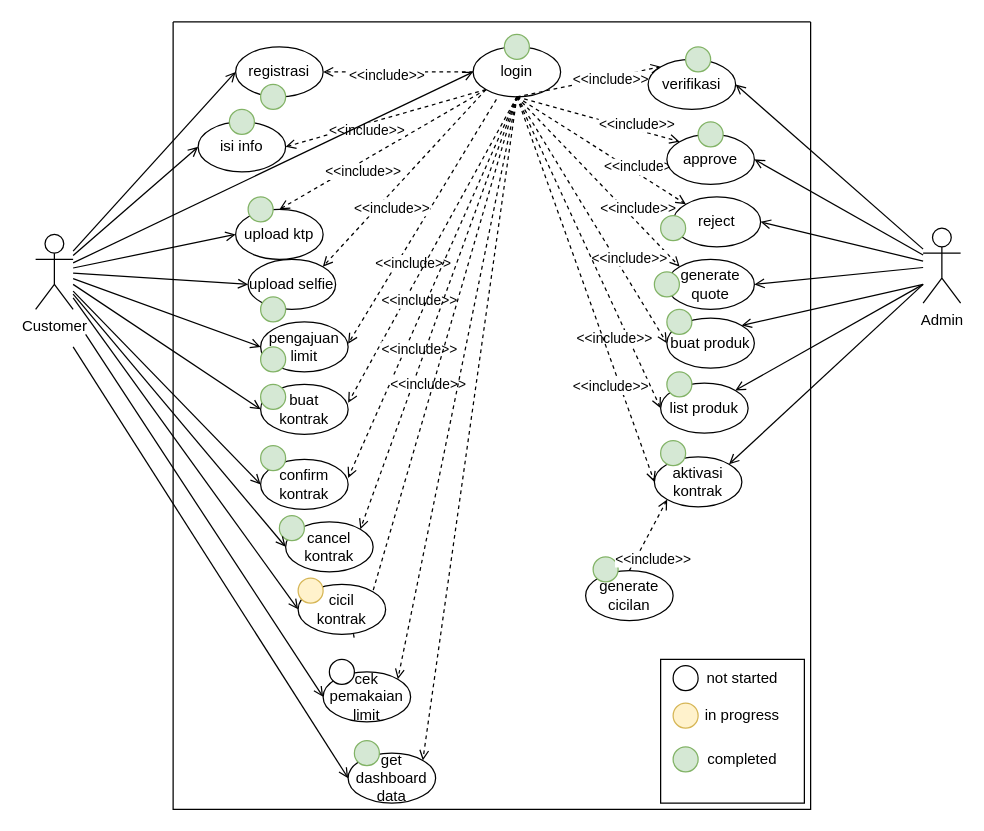
Above: page "use case" (1 of 7) of docs/docs.drawio in skyespirates/sikmatek (draw.io), before the change. Source tidied: cells renumbered, new cells numbered last; positions are measured from the earlier drawing's top-left corner, leaving out a move shared by most shapes. Both pictures are drawn from the tidied source at 125%, with x=0, y=0 at pixel (35, 21).
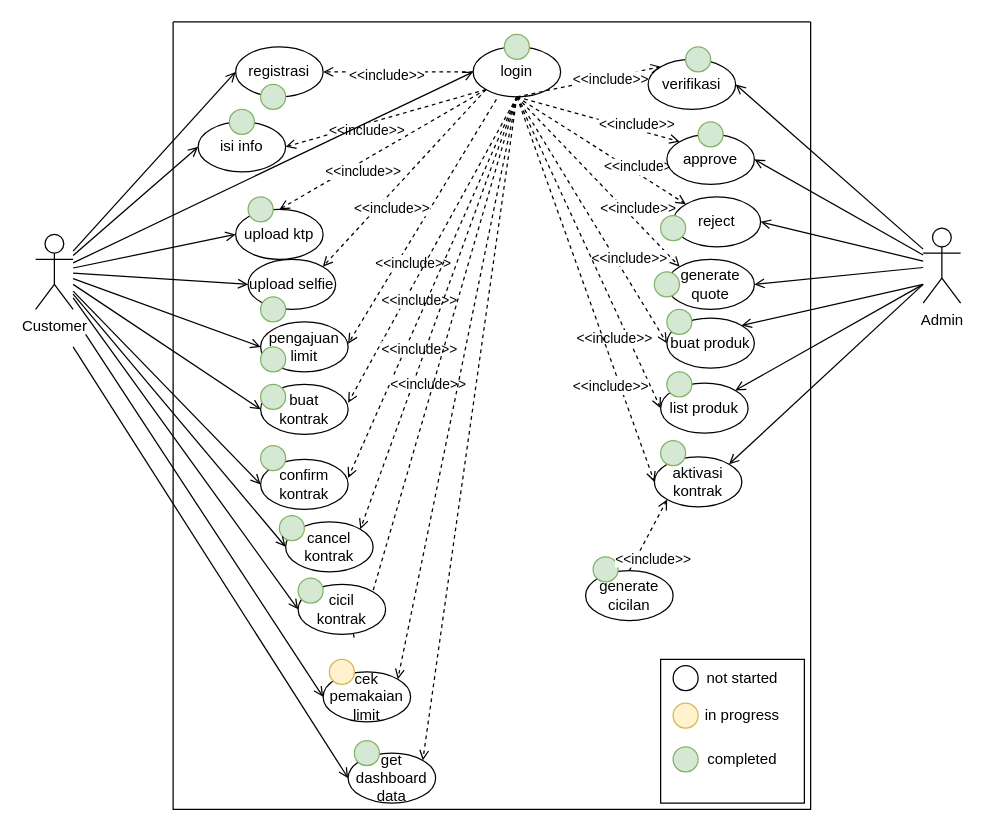
The same diagram, later.

The change refers to these unchanged cells:
```xml
<mxCell id="2" style="swimlane;startSize=0;" parent="1" vertex="1">
  <mxGeometry x="110" width="510" height="630" as="geometry" />
</mxCell>
<mxCell id="84" style="group;" parent="2" vertex="1">
  <mxGeometry x="120" y="510" width="70" height="50" as="geometry" />
</mxCell>
```

Change to the diagram source:
```diff
@@
-    <mxCell id="48" style="ellipse;whiteSpace=wrap;html=1;fillColor=#fff2cc;strokeColor=#d6b656;" parent="2" vertex="1">
+    <mxCell id="48" style="ellipse;whiteSpace=wrap;html=1;fillColor=#d5e8d4;strokeColor=#82b366;" parent="2" vertex="1">
       <mxGeometry x="100" y="445" width="20" height="20" as="geometry" />
     </mxCell>
@@
-    <mxCell id="86" style="ellipse;whiteSpace=wrap;html=1;" parent="84" vertex="1">
+    <mxCell id="86" style="ellipse;whiteSpace=wrap;html=1;fillColor=#fff2cc;strokeColor=#d6b656;" parent="84" vertex="1">
       <mxGeometry x="5" width="20" height="20" as="geometry" />
     </mxCell>
```
